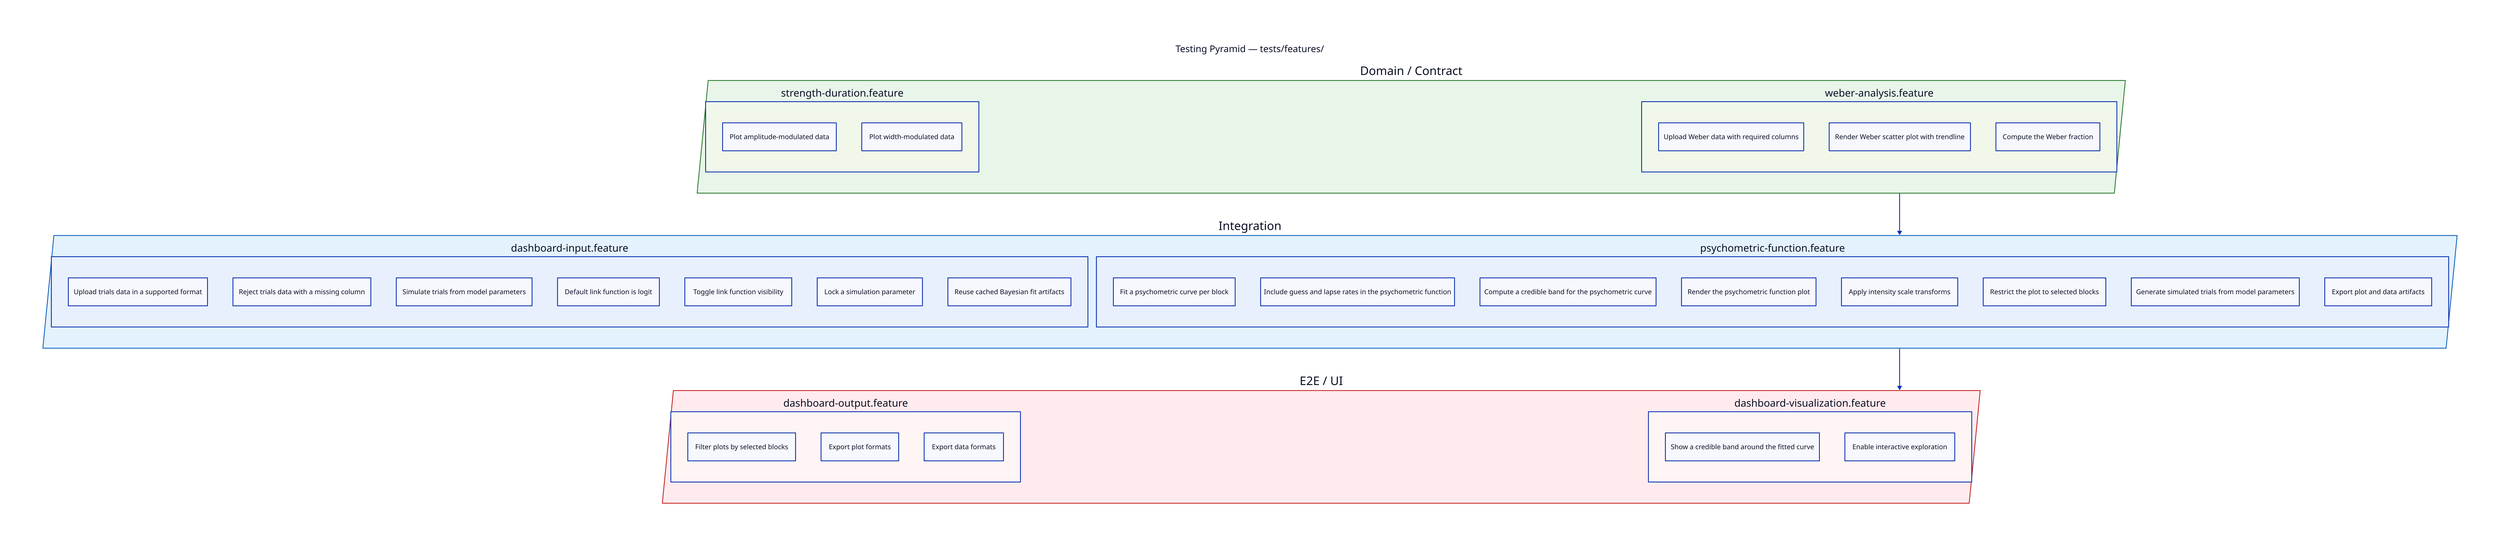
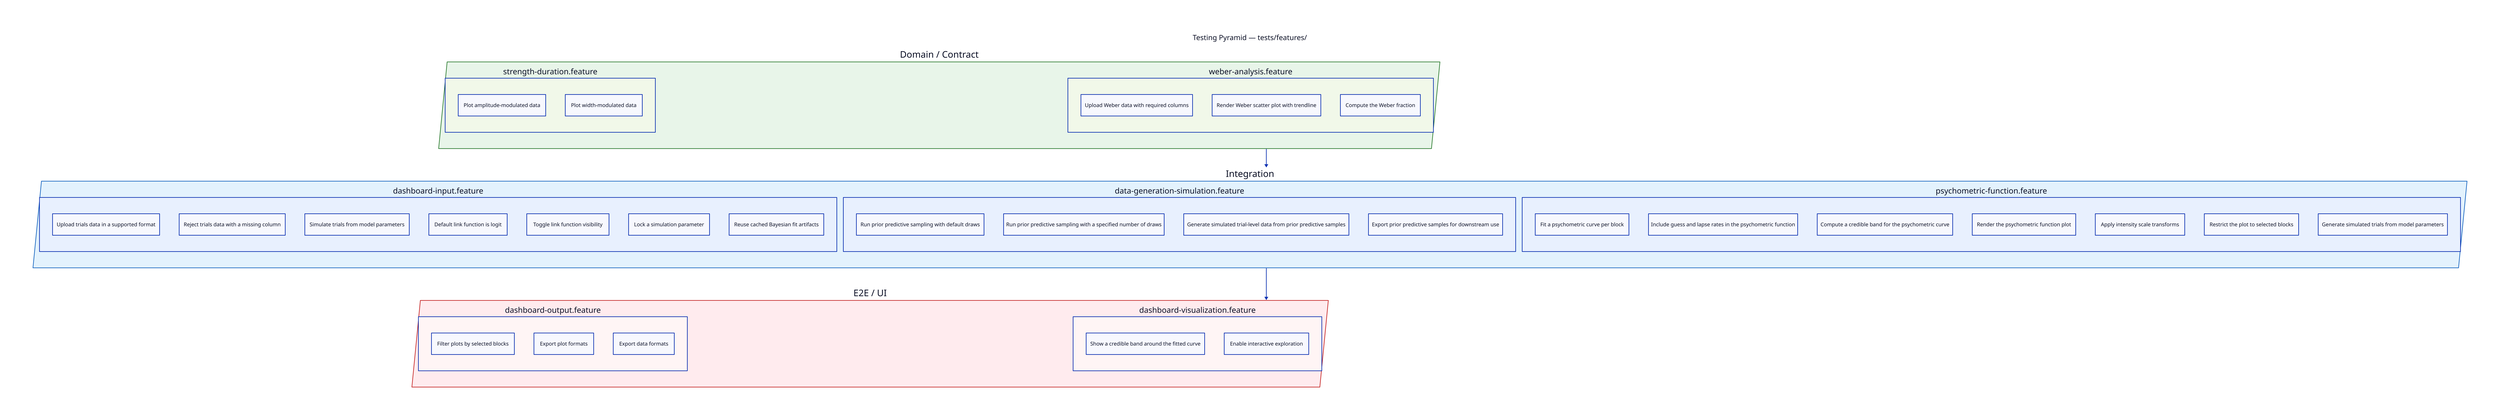
# Testing pyramid — auto-generated from tests/features/
# Do not edit by hand; run tools/pyramid-watcher

title: Testing Pyramid — tests/features/ {
  shape: text
  near: top-center
  style.font-size: 22
  style.bold: true
}
e2e_tier: E2E / UI {
  shape: parallelogram
  style.fill: "#ffebee"
  style.stroke: "#c62828"
  style.stroke-width: 2
  dashboard_output: dashboard-output.feature {
    style.fill: "#fff5f5"
    s1: Filter plots by selected blocks
    s2: Export plot formats
    s3: Export data formats
  }
  dashboard_visualization: dashboard-visualization.feature {
    style.fill: "#fff5f5"
    s1: Show a credible band around the fitted curve
    s2: Enable interactive exploration
  }
}
integration_tier: Integration {
  shape: parallelogram
  style.fill: "#e3f2fd"
  style.stroke: "#1565c0"
  style.stroke-width: 2
  dashboard_input: dashboard-input.feature {
    style.fill: "#e8f0fe"
    s1: Upload trials data in a supported format
    s2: Reject trials data with a missing column
    s3: Simulate trials from model parameters
    s4: Default link function is logit
    s5: Toggle link function visibility
    s6: Lock a simulation parameter
    s7: Reuse cached Bayesian fit artifacts
  }
+   data_generation_simulation: data-generation-simulation.feature {
+     style.fill: "#e8f0fe"
+     s1: Run prior predictive sampling with default draws
+     s2: Run prior predictive sampling with a specified number of draws
+     s3: Generate simulated trial-level data from prior predictive samples
+     s4: Export prior predictive samples for downstream use
+   }
  psychometric_function: psychometric-function.feature {
    style.fill: "#e8f0fe"
    s1: Fit a psychometric curve per block
    s2: Include guess and lapse rates in the psychometric function
    s3: Compute a credible band for the psychometric curve
    s4: Render the psychometric function plot
    s5: Apply intensity scale transforms
    s6: Restrict the plot to selected blocks
    s7: Generate simulated trials from model parameters
-     s8: Export plot and data artifacts
  }
}
domain_tier: Domain / Contract {
  shape: parallelogram
  style.fill: "#e8f5e9"
  style.stroke: "#2e7d32"
  style.stroke-width: 2
  strength_duration: strength-duration.feature {
    style.fill: "#f1f8e9"
    s1: Plot amplitude-modulated data
    s2: Plot width-modulated data
  }
  weber_analysis: weber-analysis.feature {
    style.fill: "#f1f8e9"
    s1: Upload Weber data with required columns
    s2: Render Weber scatter plot with trendline
    s3: Compute the Weber fraction
  }
}
domain_tier -> integration_tier
integration_tier -> e2e_tier
